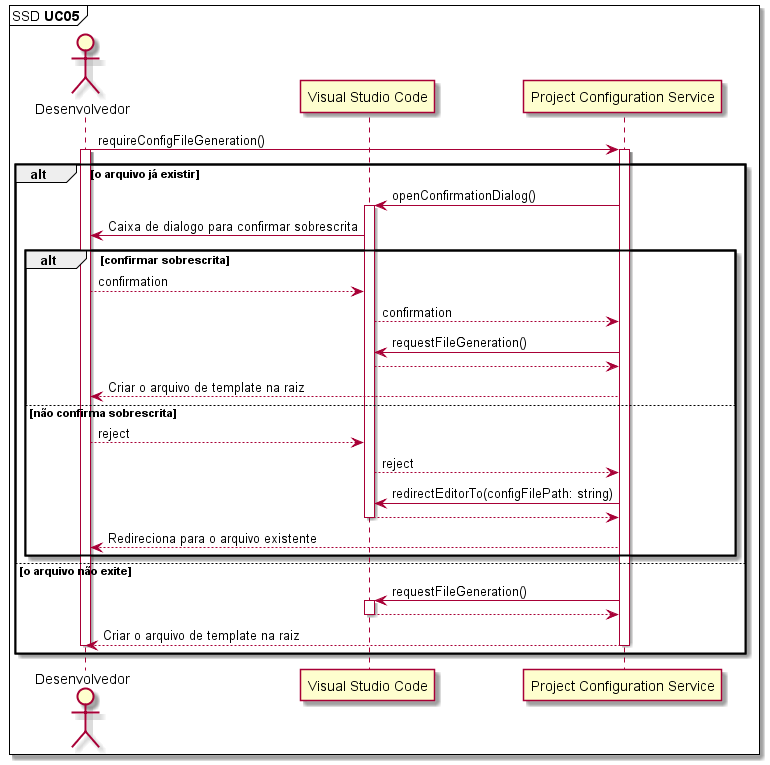
This is Artefatos/Diagrama de Sequência/Imagens/SD-UC05.png from ICEI-PUC-Minas-PPLES-TI/plf-es-2022-1-tcci-5308100-dev-arthur-rocha-guilherme-oliveira, a PlantUML export, as it was before one commit.
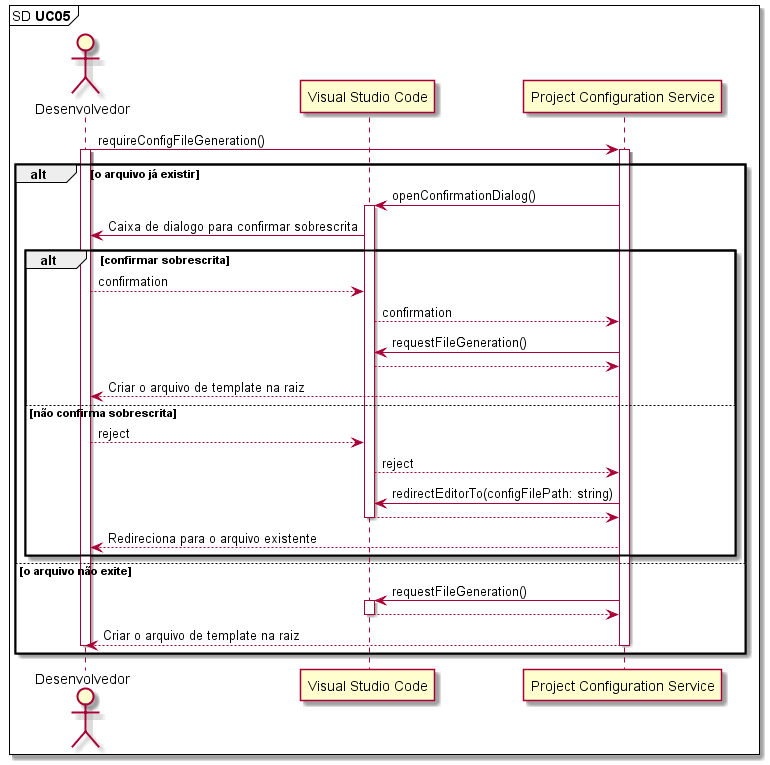
Above is the later version.

What changed in the source:
```diff
@@ -1,6 +1,6 @@
 @startuml
 
-mainframe SSD **UC05**
+mainframe SD **UC05**
 
 
 actor       Desenvolvedor as Dev
```
